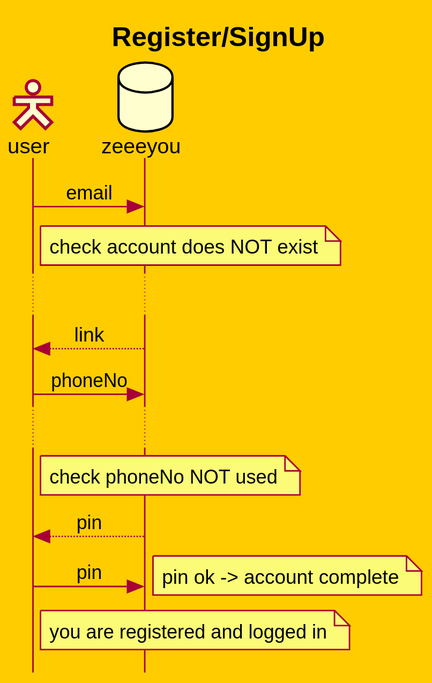
The PlantUML diagram docs/RegisterSignUp.svg in HaJo10/zeeeyou.github.io, before a commit. Source of this version:
```plantuml
@startuml
hide footbox
skinparam style strictuml
skinparam Handwritten false
skinparam BackgroundColor #ffcc00
skinparam ParticipantBorderColor #e63d00
skinparam SequenceMessageAlignment center
skinparam actorStyle hollow

title **Register/SignUp**

scale 2
actor user as user
database zeeeyou as auth
user -> auth: email
note right of user : check account does NOT exist
...
user <-- auth: link
user -> auth: phoneNo
...
note right of user : check phoneNo NOT used
user <-- auth: pin
user -> auth: pin
note right : pin ok -> account complete
note right of user : you are registered and logged in
@enduml
```
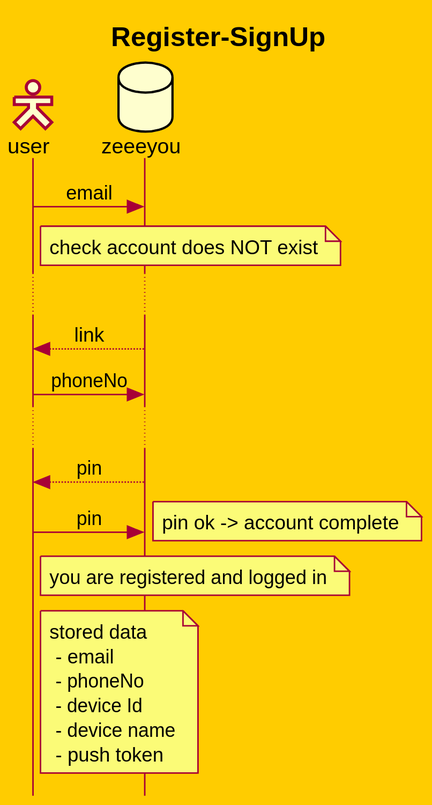
The same diagram one commit later.

Change to the diagram source:
```diff
@@ -7,7 +7,7 @@
 skinparam SequenceMessageAlignment center
 skinparam actorStyle hollow
 
-title **Register/SignUp**
+title **Register-SignUp**
 
 scale 2
 actor user as user
@@ -18,9 +18,10 @@
 user <-- auth: link
 user -> auth: phoneNo
 ...
-note right of user : check phoneNo NOT used
 user <-- auth: pin
 user -> auth: pin
 note right : pin ok -> account complete
 note right of user : you are registered and logged in
+note right of user : stored data\n - email\n - phoneNo\n - device Id\n - device name\n - push token
+
 @enduml
```
